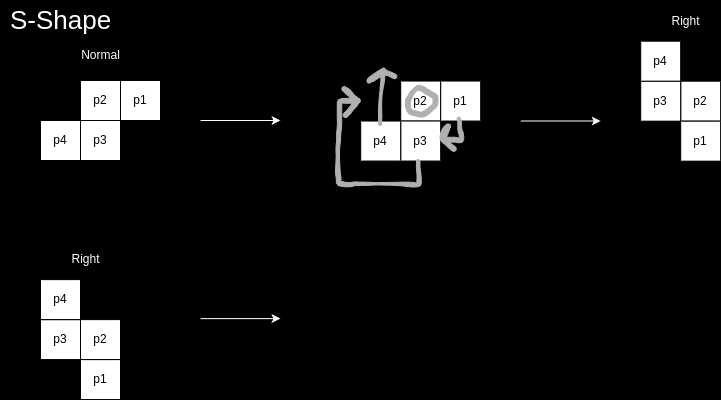
Above: tetris_game/notes/s-shape_rotation.drawio.png in LR-CP/tetris_mini (draw.io), before the change. Source tidied: cells renumbered, new cells last; positions are measured from the earlier drawing's top-left corner, leaving out a move shared by most shapes. Source of this version:
```xml
<mxGraphModel background="#000000">
  <root>
    <mxCell id="0" />
    <mxCell id="1" parent="0" />
    <mxCell id="2" value="p2" style="whiteSpace=wrap;html=1;" parent="1" vertex="1">
      <mxGeometry x="80" y="80" width="40" height="40" as="geometry" />
    </mxCell>
    <mxCell id="3" value="p3" style="whiteSpace=wrap;html=1;" parent="1" vertex="1">
      <mxGeometry x="80" y="120" width="40" height="40" as="geometry" />
    </mxCell>
    <mxCell id="4" value="p1" style="whiteSpace=wrap;html=1;" parent="1" vertex="1">
      <mxGeometry x="120" y="80" width="40" height="40" as="geometry" />
    </mxCell>
    <mxCell id="5" value="p4" style="whiteSpace=wrap;html=1;" parent="1" vertex="1">
      <mxGeometry x="40" y="120" width="40" height="40" as="geometry" />
    </mxCell>
    <mxCell id="6" value="&lt;font style=&quot;color: rgb(255, 255, 255); font-size: 26px;&quot;&gt;S-Shape&lt;/font&gt;" style="text;html=1;align=center;verticalAlign=middle;strokeColor=none;fillColor=none;" parent="1" vertex="1">
      <mxGeometry width="120" height="40" as="geometry" />
    </mxCell>
    <mxCell id="7" value="&lt;font style=&quot;color: light-dark(rgb(255, 255, 255), rgb(237, 237, 237));&quot;&gt;Normal&lt;/font&gt;" style="text;html=1;align=center;verticalAlign=middle;strokeColor=none;fillColor=none;" parent="1" vertex="1">
      <mxGeometry x="70" y="40" width="60" height="30" as="geometry" />
    </mxCell>
    <mxCell id="8" style="edgeStyle=none;orthogonalLoop=1;jettySize=auto;html=1;strokeColor=#FFFFFF;" parent="1" edge="1">
      <mxGeometry relative="1" as="geometry">
        <mxPoint x="200" y="120" as="sourcePoint" />
        <mxPoint x="280" y="120" as="targetPoint" />
      </mxGeometry>
    </mxCell>
    <mxCell id="9" value="p2" style="whiteSpace=wrap;html=1;" parent="1" vertex="1">
      <mxGeometry x="400.2" y="80.5" width="40" height="40" as="geometry" />
    </mxCell>
    <mxCell id="10" value="p3" style="whiteSpace=wrap;html=1;" parent="1" vertex="1">
      <mxGeometry x="400.2" y="120.5" width="40" height="40" as="geometry" />
    </mxCell>
    <mxCell id="11" value="p1" style="whiteSpace=wrap;html=1;" parent="1" vertex="1">
      <mxGeometry x="440.2" y="80.5" width="40" height="40" as="geometry" />
    </mxCell>
    <mxCell id="12" value="p4" style="whiteSpace=wrap;html=1;" parent="1" vertex="1">
      <mxGeometry x="360.2" y="120.5" width="40" height="40" as="geometry" />
    </mxCell>
    <mxCell id="13" style="shape=(stored shape, 1296 characters);lineShape=1;strokeColor=#B0B0B0;" parent="1" vertex="1">
      <mxGeometry x="405" y="84.7" width="32.5" height="31.9" as="geometry" />
    </mxCell>
    <mxCell id="14" style="shape=(stored shape, 1432 characters);lineShape=1;strokeColor=#B0B0B0;" parent="1" vertex="1">
      <mxGeometry x="439.5" y="116.7" width="23.7" height="34.1" as="geometry" />
    </mxCell>
    <mxCell id="15" value="p2" style="whiteSpace=wrap;html=1;" parent="1" vertex="1">
      <mxGeometry x="680.2" y="80.7" width="40" height="40" as="geometry" />
    </mxCell>
    <mxCell id="16" value="p3" style="whiteSpace=wrap;html=1;" parent="1" vertex="1">
      <mxGeometry x="640.2" y="80.7" width="40" height="40" as="geometry" />
    </mxCell>
    <mxCell id="17" value="p1" style="whiteSpace=wrap;html=1;" parent="1" vertex="1">
      <mxGeometry x="680.2" y="120.7" width="40" height="40" as="geometry" />
    </mxCell>
    <mxCell id="18" value="p4" style="whiteSpace=wrap;html=1;" parent="1" vertex="1">
      <mxGeometry x="640.2" y="40.7" width="40" height="40" as="geometry" />
    </mxCell>
    <mxCell id="19" value="&lt;font color=&quot;#ffffff&quot;&gt;Right&lt;/font&gt;" style="text;html=1;align=center;verticalAlign=middle;strokeColor=none;fillColor=none;" parent="1" vertex="1">
      <mxGeometry x="660.2" y="5.5" width="50" height="30" as="geometry" />
    </mxCell>
    <mxCell id="20" style="shape=(stored shape, 1580 characters);lineShape=1;strokeColor=#B0B0B0;" parent="1" vertex="1">
      <mxGeometry x="366.5" y="67.7" width="29.8" height="57.3" as="geometry" />
    </mxCell>
    <mxCell id="21" style="shape=(stored shape, 2432 characters);lineShape=1;strokeColor=#B0B0B0;" parent="1" vertex="1">
      <mxGeometry x="335" y="86" width="85.8" height="100.4" as="geometry" />
    </mxCell>
    <mxCell id="22" style="edgeStyle=none;orthogonalLoop=1;jettySize=auto;html=1;strokeColor=#FFFFFF;" parent="1" edge="1">
      <mxGeometry relative="1" as="geometry">
        <mxPoint x="520.2" y="120.5" as="sourcePoint" />
        <mxPoint x="600.2" y="120.5" as="targetPoint" />
      </mxGeometry>
    </mxCell>
    <mxCell id="23" value="p2" style="whiteSpace=wrap;html=1;" parent="1" vertex="1">
      <mxGeometry x="80" y="319.1" width="40" height="40" as="geometry" />
    </mxCell>
    <mxCell id="24" value="p3" style="whiteSpace=wrap;html=1;" parent="1" vertex="1">
      <mxGeometry x="40" y="319.1" width="40" height="40" as="geometry" />
    </mxCell>
    <mxCell id="25" value="p1" style="whiteSpace=wrap;html=1;" parent="1" vertex="1">
      <mxGeometry x="80" y="359.1" width="40" height="40" as="geometry" />
    </mxCell>
    <mxCell id="26" value="p4" style="whiteSpace=wrap;html=1;" parent="1" vertex="1">
      <mxGeometry x="40" y="279.1" width="40" height="40" as="geometry" />
    </mxCell>
    <mxCell id="27" value="&lt;font color=&quot;#ffffff&quot;&gt;Right&lt;/font&gt;" style="text;html=1;align=center;verticalAlign=middle;strokeColor=none;fillColor=none;" parent="1" vertex="1">
      <mxGeometry x="60" y="244" width="50" height="30" as="geometry" />
    </mxCell>
    <mxCell id="28" style="edgeStyle=none;orthogonalLoop=1;jettySize=auto;html=1;strokeColor=#FFFFFF;" parent="1" edge="1">
      <mxGeometry relative="1" as="geometry">
        <mxPoint x="200" y="318.1" as="sourcePoint" />
        <mxPoint x="280" y="318.1" as="targetPoint" />
      </mxGeometry>
    </mxCell>
  </root>
</mxGraphModel>
```
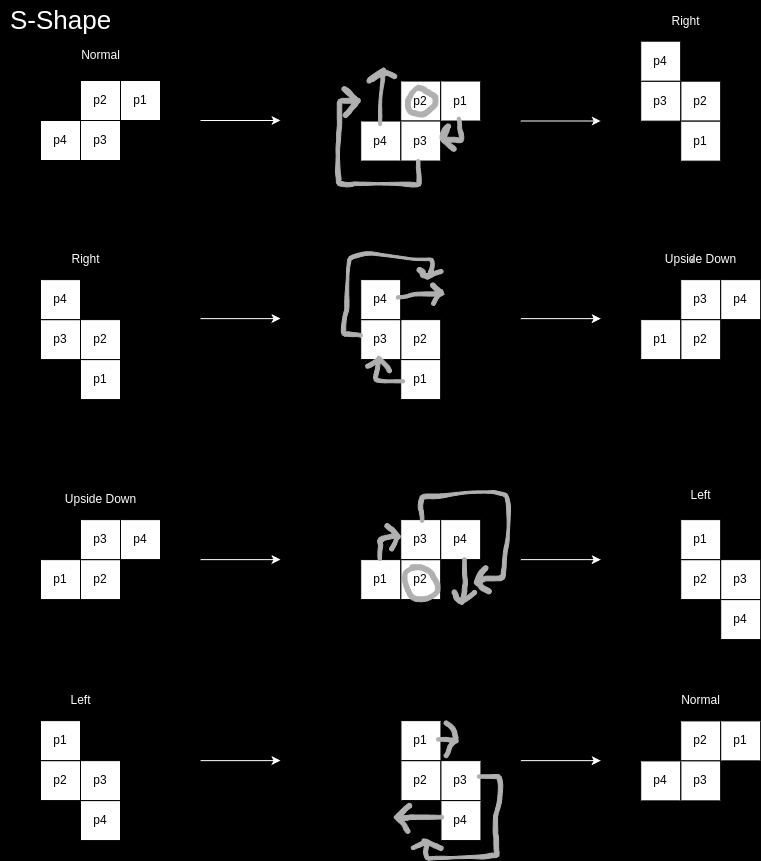
After the change.

Commit message:
feat: update README with rotation diagrams and enhance piece rotation logic

Change to the diagram source:
```diff
@@ -92,5 +92,203 @@
         <mxPoint x="280" y="318.1" as="targetPoint" />
       </mxGeometry>
     </mxCell>
+    <mxCell id="29" value="p2" style="whiteSpace=wrap;html=1;" parent="1" vertex="1">
+      <mxGeometry x="400.2" y="319.1" width="40" height="40" as="geometry" />
+    </mxCell>
+    <mxCell id="30" value="p3" style="whiteSpace=wrap;html=1;" parent="1" vertex="1">
+      <mxGeometry x="360.2" y="319.1" width="40" height="40" as="geometry" />
+    </mxCell>
+    <mxCell id="31" value="p1" style="whiteSpace=wrap;html=1;" parent="1" vertex="1">
+      <mxGeometry x="400.2" y="359.1" width="40" height="40" as="geometry" />
+    </mxCell>
+    <mxCell id="32" value="p4" style="whiteSpace=wrap;html=1;" parent="1" vertex="1">
+      <mxGeometry x="360.2" y="279.1" width="40" height="40" as="geometry" />
+    </mxCell>
+    <mxCell id="33" value="p2" style="whiteSpace=wrap;html=1;" parent="1" vertex="1">
+      <mxGeometry x="680.2" y="319.1" width="40" height="40" as="geometry" />
+    </mxCell>
+    <mxCell id="34" value="p3" style="whiteSpace=wrap;html=1;" parent="1" vertex="1">
+      <mxGeometry x="680.2" y="279.1" width="40" height="40" as="geometry" />
+    </mxCell>
+    <mxCell id="35" value="p1" style="whiteSpace=wrap;html=1;" parent="1" vertex="1">
+      <mxGeometry x="640.2" y="319.1" width="40" height="40" as="geometry" />
+    </mxCell>
+    <mxCell id="36" value="p4" style="whiteSpace=wrap;html=1;" parent="1" vertex="1">
+      <mxGeometry x="720.2" y="279.1" width="40" height="40" as="geometry" />
+    </mxCell>
+    <mxCell id="37" style="edgeStyle=none;orthogonalLoop=1;jettySize=auto;html=1;strokeColor=#FFFFFF;" parent="1" edge="1">
+      <mxGeometry relative="1" as="geometry">
+        <mxPoint x="520.2" y="318.1" as="sourcePoint" />
+        <mxPoint x="600.2" y="318.1" as="targetPoint" />
+      </mxGeometry>
+    </mxCell>
+    <mxCell id="38" value="&lt;font color=&quot;#ffffff&quot;&gt;Upside Down&lt;/font&gt;" style="text;html=1;align=center;verticalAlign=middle;strokeColor=none;fillColor=none;" parent="1" vertex="1">
+      <mxGeometry x="655.2" y="244" width="90" height="30" as="geometry" />
+    </mxCell>
+    <mxCell id="39" style="shape=(stored shape, 1172 characters);lineShape=1;strokeColor=#B0B0B0;" parent="1" vertex="1">
+      <mxGeometry x="365.1" y="356" width="39.1" height="26.4" as="geometry" />
+    </mxCell>
+    <mxCell id="40" style="shape=(stored shape, 748 characters);lineShape=1;strokeColor=#B0B0B0;" parent="1" vertex="1">
+      <mxGeometry x="376.6" y="355.7" width="14.4" height="16.7" as="geometry" />
+    </mxCell>
+    <mxCell id="41" style="shape=(stored shape, 1028 characters);lineShape=1;strokeColor=#B0B0B0;" parent="1" vertex="1">
+      <mxGeometry x="395.7" y="282.3" width="47.9" height="16.3" as="geometry" />
+    </mxCell>
+    <mxCell id="42" style="shape=(stored shape, 708 characters);lineShape=1;strokeColor=#B0B0B0;" parent="1" vertex="1">
+      <mxGeometry x="431" y="289.1" width="11.4" height="15.8" as="geometry" />
+    </mxCell>
+    <mxCell id="43" style="shape=(stored shape, 1828 characters);lineShape=1;strokeColor=#B0B0B0;" parent="1" vertex="1">
+      <mxGeometry x="340.8" y="251.2" width="93" height="85.5" as="geometry" />
+    </mxCell>
+    <mxCell id="44" style="shape=(stored shape, 756 characters);lineShape=1;strokeColor=#B0B0B0;" parent="1" vertex="1">
+      <mxGeometry x="425" y="268.8" width="17.6" height="10" as="geometry" />
+    </mxCell>
+    <mxCell id="45" value="p2" style="whiteSpace=wrap;html=1;" parent="1" vertex="1">
+      <mxGeometry x="80" y="559.1" width="40" height="40" as="geometry" />
+    </mxCell>
+    <mxCell id="46" value="p3" style="whiteSpace=wrap;html=1;" parent="1" vertex="1">
+      <mxGeometry x="80" y="519.1" width="40" height="40" as="geometry" />
+    </mxCell>
+    <mxCell id="47" value="p1" style="whiteSpace=wrap;html=1;" parent="1" vertex="1">
+      <mxGeometry x="40" y="559.1" width="40" height="40" as="geometry" />
+    </mxCell>
+    <mxCell id="48" value="p4" style="whiteSpace=wrap;html=1;" parent="1" vertex="1">
+      <mxGeometry x="120" y="519.1" width="40" height="40" as="geometry" />
+    </mxCell>
+    <mxCell id="49" value="&lt;font color=&quot;#ffffff&quot;&gt;Upside Down&lt;/font&gt;" style="text;html=1;align=center;verticalAlign=middle;strokeColor=none;fillColor=none;" parent="1" vertex="1">
+      <mxGeometry x="55" y="484" width="90" height="30" as="geometry" />
+    </mxCell>
+    <mxCell id="50" style="edgeStyle=none;orthogonalLoop=1;jettySize=auto;html=1;strokeColor=#FFFFFF;" parent="1" edge="1">
+      <mxGeometry relative="1" as="geometry">
+        <mxPoint x="200" y="559.1" as="sourcePoint" />
+        <mxPoint x="280" y="559.1" as="targetPoint" />
+      </mxGeometry>
+    </mxCell>
+    <mxCell id="51" style="edgeStyle=none;orthogonalLoop=1;jettySize=auto;html=1;strokeColor=#FFFFFF;" parent="1" edge="1">
+      <mxGeometry relative="1" as="geometry">
+        <mxPoint x="520.2" y="559.1" as="sourcePoint" />
+        <mxPoint x="600.2" y="559.1" as="targetPoint" />
+      </mxGeometry>
+    </mxCell>
+    <mxCell id="52" value="p2" style="whiteSpace=wrap;html=1;" parent="1" vertex="1">
+      <mxGeometry x="400.2" y="559.1" width="40" height="40" as="geometry" />
+    </mxCell>
+    <mxCell id="53" value="p3" style="whiteSpace=wrap;html=1;" parent="1" vertex="1">
+      <mxGeometry x="400.2" y="519.1" width="40" height="40" as="geometry" />
+    </mxCell>
+    <mxCell id="54" value="p1" style="whiteSpace=wrap;html=1;" parent="1" vertex="1">
+      <mxGeometry x="360.2" y="559.1" width="40" height="40" as="geometry" />
+    </mxCell>
+    <mxCell id="55" value="p4" style="whiteSpace=wrap;html=1;" parent="1" vertex="1">
+      <mxGeometry x="440.2" y="519.1" width="40" height="40" as="geometry" />
+    </mxCell>
+    <mxCell id="56" style="shape=(stored shape, 1404 characters);lineShape=1;strokeColor=#B0B0B0;" parent="1" vertex="1">
+      <mxGeometry x="402.1" y="564.3" width="37.4" height="36.9" as="geometry" />
+    </mxCell>
+    <mxCell id="57" value="p2" style="whiteSpace=wrap;html=1;" parent="1" vertex="1">
+      <mxGeometry x="680.2" y="559.1" width="40" height="40" as="geometry" />
+    </mxCell>
+    <mxCell id="58" value="p3" style="whiteSpace=wrap;html=1;" parent="1" vertex="1">
+      <mxGeometry x="720.2" y="559.1" width="40" height="40" as="geometry" />
+    </mxCell>
+    <mxCell id="59" value="p1" style="whiteSpace=wrap;html=1;" parent="1" vertex="1">
+      <mxGeometry x="680.2" y="519.1" width="40" height="40" as="geometry" />
+    </mxCell>
+    <mxCell id="60" value="p4" style="whiteSpace=wrap;html=1;" parent="1" vertex="1">
+      <mxGeometry x="720.2" y="599.1" width="40" height="40" as="geometry" />
+    </mxCell>
+    <mxCell id="61" style="shape=(stored shape, 976 characters);lineShape=1;strokeColor=#B0B0B0;" parent="1" vertex="1">
+      <mxGeometry x="451.5" y="557.2" width="15.5" height="46.2" as="geometry" />
+    </mxCell>
+    <mxCell id="62" style="shape=(stored shape, 736 characters);lineShape=1;strokeColor=#B0B0B0;" parent="1" vertex="1">
+      <mxGeometry x="459.7" y="589.9" width="16.5" height="14.1" as="geometry" />
+    </mxCell>
+    <mxCell id="63" style="shape=(stored shape, 2420 characters);lineShape=1;strokeColor=#B0B0B0;" parent="1" vertex="1">
+      <mxGeometry x="417.7" y="490" width="92.3" height="103.4" as="geometry" />
+    </mxCell>
+    <mxCell id="64" style="shape=(stored shape, 1140 characters);lineShape=1;strokeColor=#B0B0B0;" parent="1" vertex="1">
+      <mxGeometry x="377" y="523" width="22.9" height="36.8" as="geometry" />
+    </mxCell>
+    <mxCell id="65" style="shape=(stored shape, 740 characters);lineShape=1;strokeColor=#B0B0B0;" parent="1" vertex="1">
+      <mxGeometry x="389" y="533.9" width="10.2" height="16.7" as="geometry" />
+    </mxCell>
+    <mxCell id="66" style="shape=(stored shape, 604 characters);lineShape=1;strokeColor=#B0B0B0;" parent="1" vertex="1">
+      <mxGeometry x="690.8" y="258.2" width="3" height="3" as="geometry" />
+    </mxCell>
+    <mxCell id="67" value="&lt;font color=&quot;#ffffff&quot;&gt;Left&lt;/font&gt;" style="text;html=1;align=center;verticalAlign=middle;strokeColor=none;fillColor=none;" parent="1" vertex="1">
+      <mxGeometry x="680.2" y="480" width="40" height="30" as="geometry" />
+    </mxCell>
+    <mxCell id="68" value="p2" style="whiteSpace=wrap;html=1;" parent="1" vertex="1">
+      <mxGeometry x="40" y="760.1" width="40" height="40" as="geometry" />
+    </mxCell>
+    <mxCell id="69" value="p3" style="whiteSpace=wrap;html=1;" parent="1" vertex="1">
+      <mxGeometry x="80" y="760.1" width="40" height="40" as="geometry" />
+    </mxCell>
+    <mxCell id="70" value="p1" style="whiteSpace=wrap;html=1;" parent="1" vertex="1">
+      <mxGeometry x="40" y="720.1" width="40" height="40" as="geometry" />
+    </mxCell>
+    <mxCell id="71" value="p4" style="whiteSpace=wrap;html=1;" parent="1" vertex="1">
+      <mxGeometry x="80" y="800.1" width="40" height="40" as="geometry" />
+    </mxCell>
+    <mxCell id="72" value="&lt;font color=&quot;#ffffff&quot;&gt;Left&lt;/font&gt;" style="text;html=1;align=center;verticalAlign=middle;strokeColor=none;fillColor=none;" parent="1" vertex="1">
+      <mxGeometry x="60" y="685" width="40" height="30" as="geometry" />
+    </mxCell>
+    <mxCell id="73" style="edgeStyle=none;orthogonalLoop=1;jettySize=auto;html=1;strokeColor=#FFFFFF;" parent="1" edge="1">
+      <mxGeometry relative="1" as="geometry">
+        <mxPoint x="200" y="760.1" as="sourcePoint" />
+        <mxPoint x="280" y="760.1" as="targetPoint" />
+      </mxGeometry>
+    </mxCell>
+    <mxCell id="74" style="edgeStyle=none;orthogonalLoop=1;jettySize=auto;html=1;strokeColor=#FFFFFF;" parent="1" edge="1">
+      <mxGeometry relative="1" as="geometry">
+        <mxPoint x="520.2" y="760.1" as="sourcePoint" />
+        <mxPoint x="600.2" y="760.1" as="targetPoint" />
+      </mxGeometry>
+    </mxCell>
+    <mxCell id="75" value="p2" style="whiteSpace=wrap;html=1;" parent="1" vertex="1">
+      <mxGeometry x="400.4" y="760.1" width="40" height="40" as="geometry" />
+    </mxCell>
+    <mxCell id="76" value="p3" style="whiteSpace=wrap;html=1;" parent="1" vertex="1">
+      <mxGeometry x="440.4" y="760.1" width="40" height="40" as="geometry" />
+    </mxCell>
+    <mxCell id="77" value="p1" style="whiteSpace=wrap;html=1;" parent="1" vertex="1">
+      <mxGeometry x="400.4" y="720.1" width="40" height="40" as="geometry" />
+    </mxCell>
+    <mxCell id="78" value="p4" style="whiteSpace=wrap;html=1;" parent="1" vertex="1">
+      <mxGeometry x="440.4" y="800.1" width="40" height="40" as="geometry" />
+    </mxCell>
+    <mxCell id="79" style="shape=(stored shape, 1052 characters);lineShape=1;strokeColor=#B0B0B0;" parent="1" vertex="1">
+      <mxGeometry x="394.3" y="802.8" width="48.8" height="17.2" as="geometry" />
+    </mxCell>
+    <mxCell id="80" style="shape=(stored shape, 780 characters);lineShape=1;strokeColor=#B0B0B0;" parent="1" vertex="1">
+      <mxGeometry x="393.7" y="814.9" width="15.8" height="18" as="geometry" />
+    </mxCell>
+    <mxCell id="81" style="shape=(stored shape, 1856 characters);lineShape=1;strokeColor=#B0B0B0;" parent="1" vertex="1">
+      <mxGeometry x="410.7" y="774" width="91.6" height="85.9" as="geometry" />
+    </mxCell>
+    <mxCell id="82" style="shape=(stored shape, 768 characters);lineShape=1;strokeColor=#B0B0B0;" parent="1" vertex="1">
+      <mxGeometry x="421.4" y="838.3" width="21.3" height="11.7" as="geometry" />
+    </mxCell>
+    <mxCell id="83" style="shape=(stored shape, 880 characters);lineShape=1;strokeColor=#B0B0B0;" parent="1" vertex="1">
+      <mxGeometry x="436.1" y="720.4" width="21.4" height="21.5" as="geometry" />
+    </mxCell>
+    <mxCell id="84" style="shape=(stored shape, 752 characters);lineShape=1;strokeColor=#B0B0B0;" parent="1" vertex="1">
+      <mxGeometry x="443.5" y="738.8" width="14.3" height="18.4" as="geometry" />
+    </mxCell>
+    <mxCell id="85" value="p2" style="whiteSpace=wrap;html=1;" parent="1" vertex="1">
+      <mxGeometry x="680.2" y="720.4" width="40" height="40" as="geometry" />
+    </mxCell>
+    <mxCell id="86" value="p3" style="whiteSpace=wrap;html=1;" parent="1" vertex="1">
+      <mxGeometry x="680.2" y="760.4" width="40" height="40" as="geometry" />
+    </mxCell>
+    <mxCell id="87" value="p1" style="whiteSpace=wrap;html=1;" parent="1" vertex="1">
+      <mxGeometry x="720.2" y="720.4" width="40" height="40" as="geometry" />
+    </mxCell>
+    <mxCell id="88" value="p4" style="whiteSpace=wrap;html=1;" parent="1" vertex="1">
+      <mxGeometry x="640.2" y="760.4" width="40" height="40" as="geometry" />
+    </mxCell>
+    <mxCell id="89" value="&lt;font color=&quot;#ffffff&quot;&gt;Normal&lt;/font&gt;" style="text;html=1;align=center;verticalAlign=middle;strokeColor=none;fillColor=none;" parent="1" vertex="1">
+      <mxGeometry x="670.2" y="685" width="60" height="30" as="geometry" />
+    </mxCell>
   </root>
 </mxGraphModel>
```
